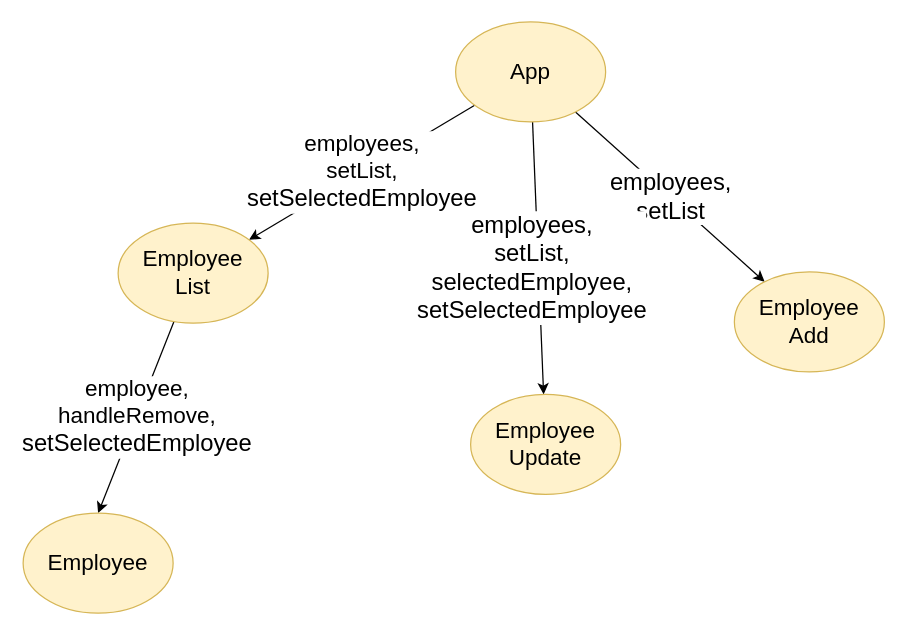
Above: page "AppGraph" (2 of 3) of Drawing.drawio in zcomert/java-mysql-react-full-stack-employee-spa (draw.io), before the change. Source tidied: cells renumbered, new cells numbered last; positions are measured from the earlier drawing's top-left corner, leaving out a move shared by most shapes. Both pictures are drawn from the tidied source at 125%, with x=0, y=0 at pixel (22, 21).
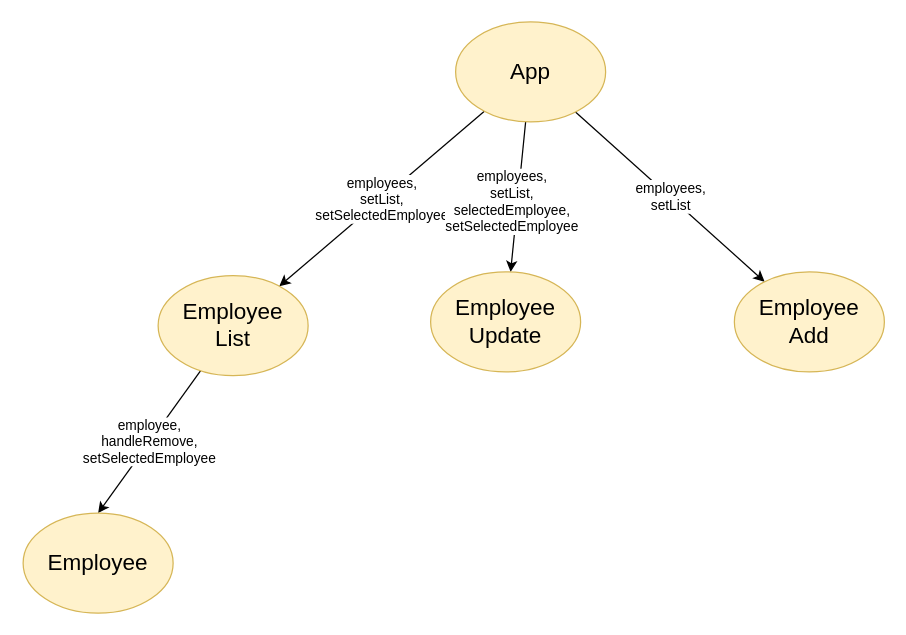
The same page after the edit.

Change to the diagram source:
```diff
@@
 <mxGraphModel>
   <root>
     <mxCell id="0" />
     <mxCell id="1" parent="0" />
-    <mxCell id="2" value="employees, &lt;br&gt;setList,&lt;br&gt;&lt;span style=&quot;font-size: 19px&quot;&gt;setSelectedEmployee&lt;/span&gt;" style="rounded=0;jettySize=auto;html=1;fontSize=18;" parent="1" edge="1" source="5" target="7">
+    <mxCell id="2" value="employees, &lt;br style=&quot;font-size: 11px;&quot;&gt;setList,&lt;br style=&quot;font-size: 11px;&quot;&gt;&lt;span style=&quot;font-size: 11px;&quot;&gt;setSelectedEmployee&lt;/span&gt;" style="rounded=0;jettySize=auto;html=1;fontSize=11;" parent="1" edge="1" source="5" target="7">
       <mxGeometry relative="1" as="geometry" />
     </mxCell>
-    <mxCell id="3" value="employees,&lt;br&gt;setList" style="edgeStyle=none;rounded=0;jettySize=auto;html=1;strokeWidth=1;fontSize=19;" parent="1" edge="1" source="5" target="9">
+    <mxCell id="3" value="employees,&lt;br style=&quot;font-size: 11px;&quot;&gt;setList" style="edgeStyle=none;rounded=0;jettySize=auto;html=1;strokeWidth=1;fontSize=11;" parent="1" edge="1" source="5" target="9">
       <mxGeometry relative="1" as="geometry" />
     </mxCell>
-    <mxCell id="4" value="employees, &lt;br&gt;setList, &lt;br&gt;selectedEmployee,&lt;br&gt;setSelectedEmployee" style="edgeStyle=none;rounded=0;jettySize=auto;html=1;strokeWidth=1;fontSize=19;" parent="1" edge="1" source="5" target="10">
+    <mxCell id="4" value="employees, &lt;br style=&quot;font-size: 11px;&quot;&gt;setList, &lt;br style=&quot;font-size: 11px;&quot;&gt;selectedEmployee,&lt;br style=&quot;font-size: 11px;&quot;&gt;setSelectedEmployee" style="edgeStyle=none;rounded=0;jettySize=auto;html=1;strokeWidth=1;fontSize=11;" parent="1" edge="1" source="5" target="10">
       <mxGeometry x="0.07" y="-5" relative="1" as="geometry" />
     </mxCell>
     <mxCell id="5" value="App" style="ellipse;whiteSpace=wrap;html=1;fontSize=18;fillColor=#fff2cc;strokeColor=#d6b656;" parent="1" vertex="1">
       <mxGeometry x="346" width="120" height="80" as="geometry" />
     </mxCell>
-    <mxCell id="6" value="employee, &lt;br&gt;handleRemove,&lt;br&gt;&lt;span style=&quot;font-size: 19px&quot;&gt;setSelectedEmployee&lt;/span&gt;" style="edgeStyle=none;rounded=0;jettySize=auto;html=1;entryX=0.5;entryY=0;entryDx=0;entryDy=0;fontSize=18;" parent="1" edge="1" source="7" target="8">
+    <mxCell id="6" value="employee, &lt;br style=&quot;font-size: 11px;&quot;&gt;handleRemove,&lt;br style=&quot;font-size: 11px;&quot;&gt;&lt;span style=&quot;font-size: 11px;&quot;&gt;setSelectedEmployee&lt;/span&gt;" style="edgeStyle=none;rounded=0;jettySize=auto;html=1;entryX=0.5;entryY=0;entryDx=0;entryDy=0;fontSize=11;" parent="1" edge="1" source="7" target="8">
       <mxGeometry relative="1" as="geometry" />
     </mxCell>
     <mxCell id="7" value="Employee&lt;br&gt;List" style="ellipse;whiteSpace=wrap;html=1;fontSize=18;fillColor=#fff2cc;strokeColor=#d6b656;" parent="1" vertex="1">
-      <mxGeometry x="76" y="161" width="120" height="80" as="geometry" />
+      <mxGeometry x="108" y="203" width="120" height="80" as="geometry" />
     </mxCell>
     <mxCell id="8" value="Employee" style="ellipse;whiteSpace=wrap;html=1;fontSize=18;fillColor=#fff2cc;strokeColor=#d6b656;" parent="1" vertex="1">
       <mxGeometry y="393" width="120" height="80" as="geometry" />
     </mxCell>
     <mxCell id="9" value="Employee&lt;br&gt;Add" style="ellipse;whiteSpace=wrap;html=1;fontSize=18;fillColor=#fff2cc;strokeColor=#d6b656;" parent="1" vertex="1">
       <mxGeometry x="569" y="200" width="120" height="80" as="geometry" />
     </mxCell>
     <mxCell id="10" value="Employee&lt;br&gt;Update" style="ellipse;whiteSpace=wrap;html=1;fontSize=18;fillColor=#fff2cc;strokeColor=#d6b656;" parent="1" vertex="1">
-      <mxGeometry x="358" y="298" width="120" height="80" as="geometry" />
+      <mxGeometry x="326" y="200" width="120" height="80" as="geometry" />
     </mxCell>
   </root>
 </mxGraphModel>
```
